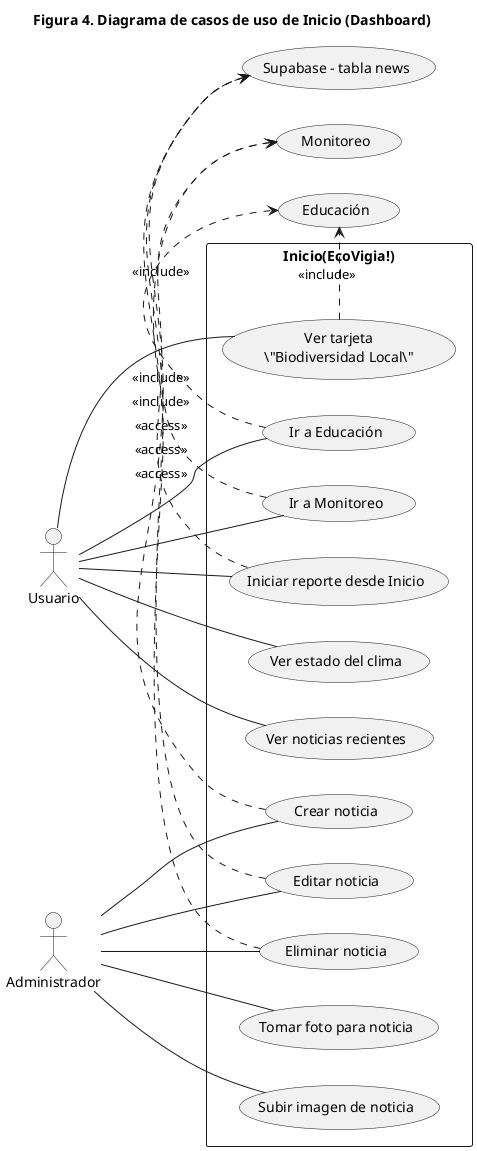
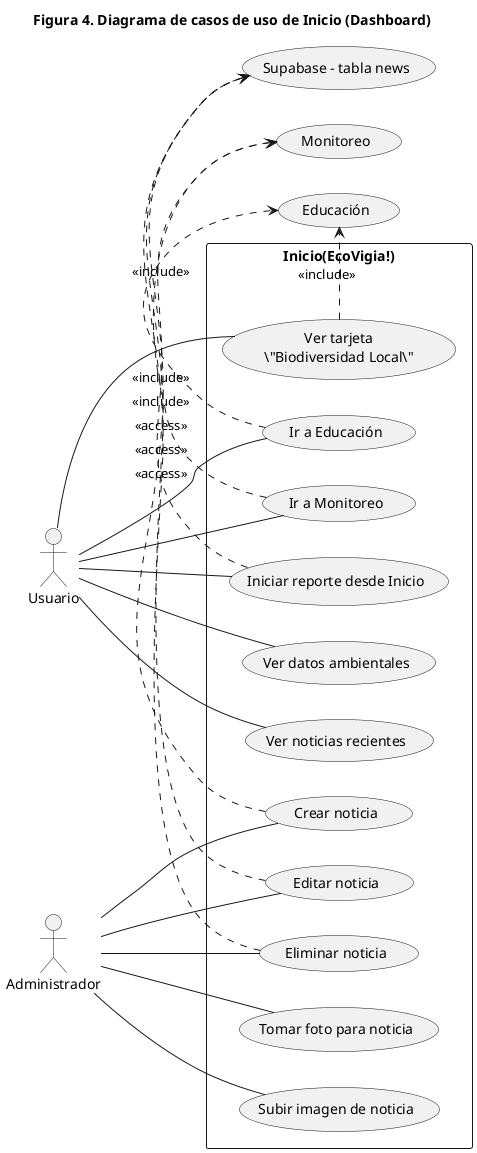
@startuml
left to right direction
title Figura 4. Diagrama de casos de uso de Inicio (Dashboard)
actor "Usuario" as user
actor "Administrador" as admin

rectangle "Inicio(EcoVigia!)\n\n" {
-   usecase "Ver estado del clima" as UC_WEATHER
+   usecase "Ver datos ambientales" as UC_WEATHER
  usecase "Ver tarjeta\n\"Biodiversidad Local\"" as UC_BIODIVERSITY
  usecase "Ver noticias recientes" as UC_NEWS
  usecase "Ir a Educación" as UC_NAV_EDUCATION
  usecase "Ir a Monitoreo" as UC_NAV_MONITORING
  usecase "Iniciar reporte desde Inicio" as UC_START_REPORT

  usecase "Crear noticia" as UC_NEWS_CREATE
  usecase "Editar noticia" as UC_NEWS_EDIT
  usecase "Eliminar noticia" as UC_NEWS_DELETE
  usecase "Tomar foto para noticia" as UC_NEWS_TAKE_PHOTO
  usecase "Subir imagen de noticia" as UC_NEWS_UPLOAD_IMAGE
}

user -- UC_WEATHER
user -- UC_BIODIVERSITY
user -- UC_NEWS
user -- UC_NAV_EDUCATION
user -- UC_NAV_MONITORING
user -- UC_START_REPORT

admin -- UC_NEWS_CREATE
admin -- UC_NEWS_EDIT
admin -- UC_NEWS_DELETE
admin -- UC_NEWS_TAKE_PHOTO
admin -- UC_NEWS_UPLOAD_IMAGE

UC_BIODIVERSITY .> (Educación) : <<include>>
UC_NAV_EDUCATION .> (Educación) : <<include>>
UC_NAV_MONITORING .> (Monitoreo) : <<include>>
UC_START_REPORT .> (Monitoreo) : <<include>>
UC_NEWS_CREATE .> (Supabase - tabla news) : <<access>>
UC_NEWS_EDIT .> (Supabase - tabla news) : <<access>>
UC_NEWS_DELETE .> (Supabase - tabla news) : <<access>>
@enduml
